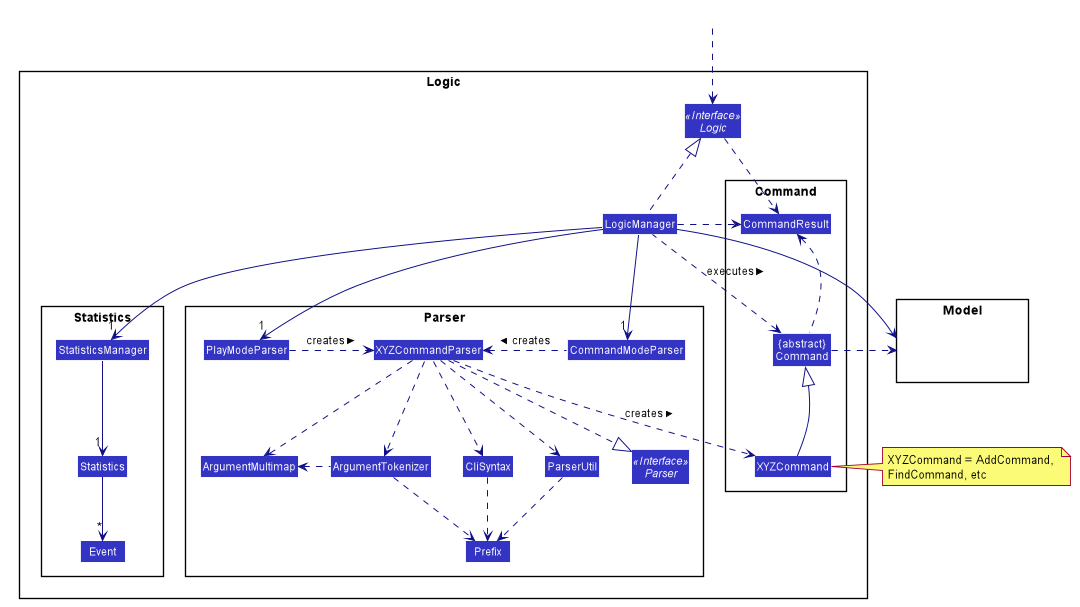
The PlantUML diagram docs/images/LogicClassDiagram.png in vigneshbhuvan-nus/tp, before a commit.
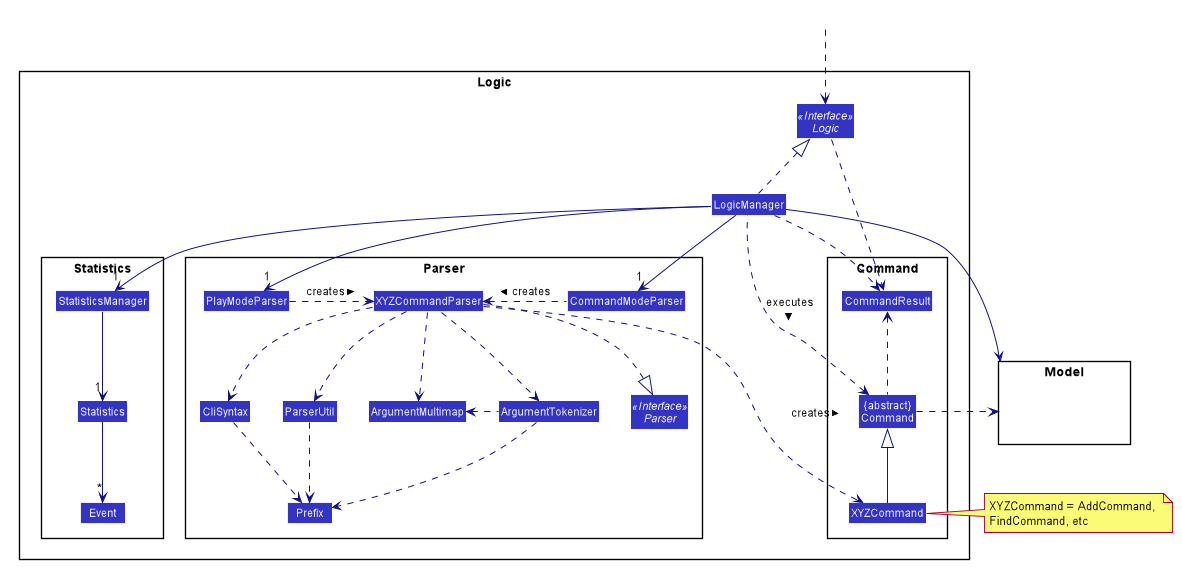
Above is the later version.

Commit message:
Update logic class diagram and model class diagram image

The edit, as a diff of the source:
```diff
@@ -114,11 +114,11 @@
 XYZCommand -up-|> Command
 LogicManager .left.> Command : executes >
 
-LogicManager --> Model
-Command .right.> Model
+LogicManager -> Model
+Command .right> Model
 note right of XYZCommand: XYZCommand = AddCommand, \nFindCommand, etc
 
-Logic ..> CommandResult
+Logic ...> CommandResult
 LogicManager .down.> CommandResult
 Command .up.> CommandResult
 CommandResult -[hidden]-> Parser
```
